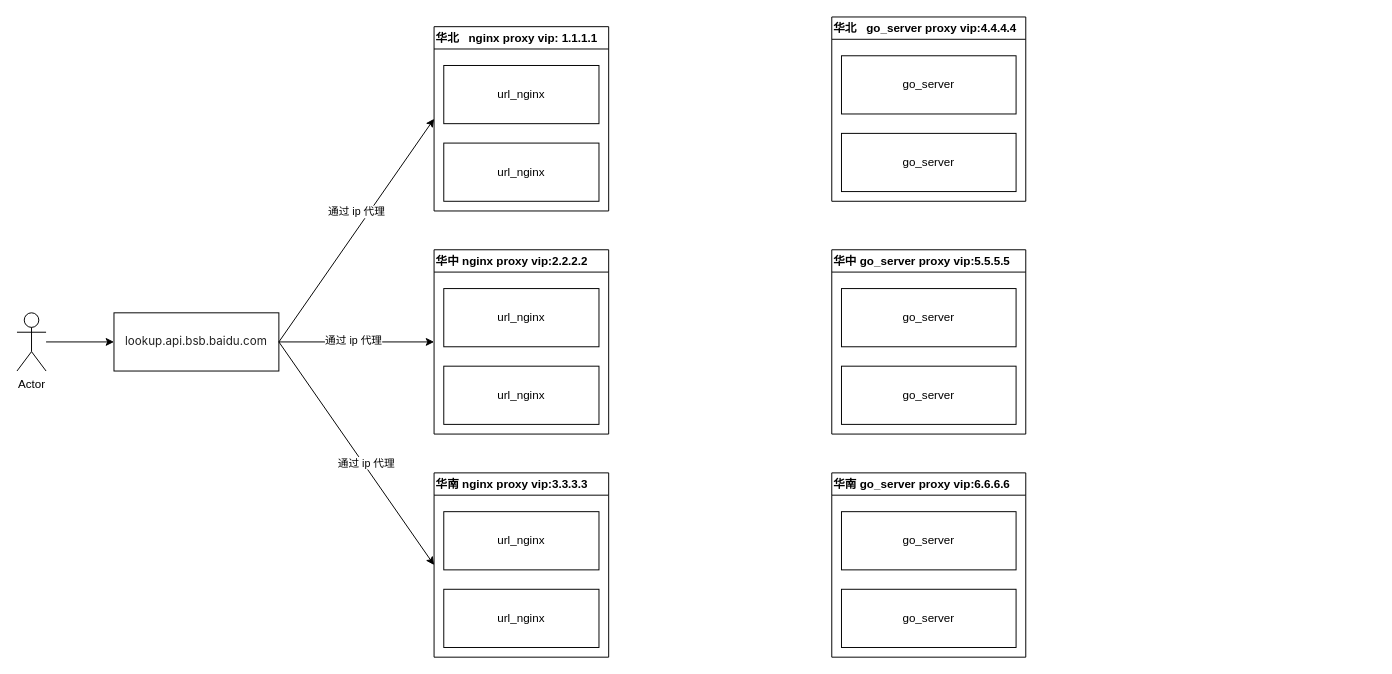
Above: url_cache现流程图.drawio in qixiaohu/flow-process-diagram (draw.io), before the change. Source tidied: cells renumbered, new cells numbered last; positions are measured from the earlier drawing's top-left corner, leaving out a move shared by most shapes. Both pictures are drawn from the tidied source at 97%, with x=0, y=0 at pixel (16, 16).
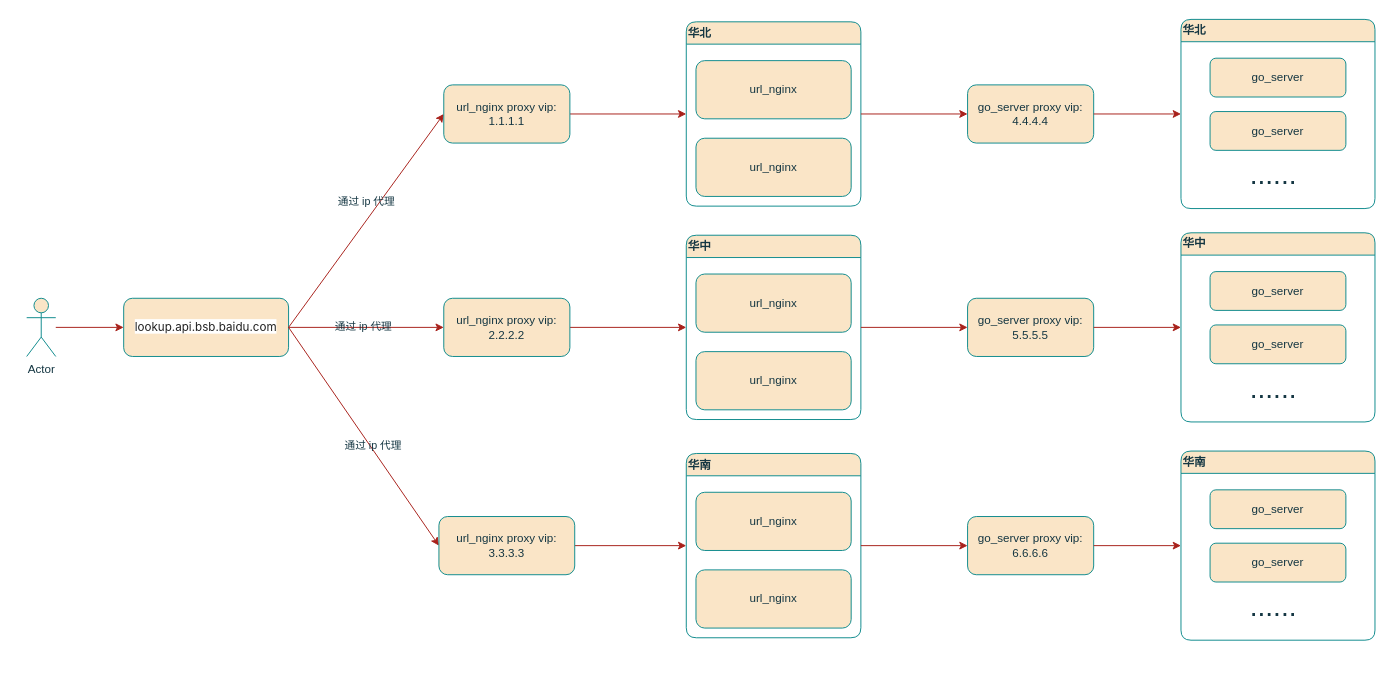
After the change.

Commit message (it also covers changes not shown here):
更新url_cache现流程图.drawio

What changed in the source:
```diff
@@
-    <mxCell id="2" style="edgeStyle=orthogonalEdgeStyle;rounded=0;jettySize=auto;html=1;entryX=0;entryY=0.5;entryDx=0;entryDy=0;" parent="1" edge="1" source="3" target="4">
+    <mxCell id="2" style="edgeStyle=orthogonalEdgeStyle;rounded=1;jettySize=auto;html=1;entryX=0;entryY=0.5;entryDx=0;entryDy=0;labelBackgroundColor=none;strokeColor=#A8201A;fontColor=default;" parent="1" edge="1" source="3" target="4">
       <mxGeometry relative="1" as="geometry" />
     </mxCell>
-    <mxCell id="3" value="Actor" style="shape=umlActor;verticalLabelPosition=bottom;verticalAlign=top;html=1;outlineConnect=0;" parent="1" vertex="1">
-      <mxGeometry y="305" width="30" height="60" as="geometry" />
+    <mxCell id="3" value="Actor" style="shape=umlActor;verticalLabelPosition=bottom;verticalAlign=top;html=1;outlineConnect=0;rounded=1;labelBackgroundColor=none;fillColor=#FAE5C7;strokeColor=#0F8B8D;fontColor=#143642;" parent="1" vertex="1">
+      <mxGeometry x="10" y="290" width="30" height="60" as="geometry" />
     </mxCell>
-    <mxCell id="4" value="&lt;span style=&quot;color: rgb(33, 33, 33); font-family: Inter, system-ui, -apple-system, &amp;quot;system-ui&amp;quot;, &amp;quot;Segoe UI&amp;quot;, Roboto, Oxygen, Ubuntu, Cantarell, &amp;quot;Fira Sans&amp;quot;, &amp;quot;Droid Sans&amp;quot;, Helvetica, Arial, sans-serif; text-align: left; white-space-collapse: preserve; background-color: rgb(255, 255, 255);&quot;&gt;lookup.api.bsb.baidu.com&lt;/span&gt;" style="rounded=0;whiteSpace=wrap;html=1;" parent="1" vertex="1">
-      <mxGeometry x="100" y="305" width="170" height="60" as="geometry" />
+    <mxCell id="4" value="&lt;span style=&quot;color: rgb(33, 33, 33); font-family: Inter, system-ui, -apple-system, &amp;quot;system-ui&amp;quot;, &amp;quot;Segoe UI&amp;quot;, Roboto, Oxygen, Ubuntu, Cantarell, &amp;quot;Fira Sans&amp;quot;, &amp;quot;Droid Sans&amp;quot;, Helvetica, Arial, sans-serif; text-align: left; white-space-collapse: preserve; background-color: rgb(255, 255, 255);&quot;&gt;lookup.api.bsb.baidu.com&lt;/span&gt;" style="rounded=1;whiteSpace=wrap;html=1;labelBackgroundColor=none;fillColor=#FAE5C7;strokeColor=#0F8B8D;fontColor=#143642;" parent="1" vertex="1">
+      <mxGeometry x="110" y="290" width="170" height="60" as="geometry" />
     </mxCell>
-    <mxCell id="5" value="华中 nginx proxy vip:2.2.2.2" style="swimlane;whiteSpace=wrap;html=1;align=left;" parent="1" vertex="1">
-      <mxGeometry x="430" y="240" width="180" height="190" as="geometry" />
+    <mxCell id="5" value="华中" style="swimlane;whiteSpace=wrap;html=1;align=left;rounded=1;labelBackgroundColor=none;fillColor=#FAE5C7;strokeColor=#0F8B8D;fontColor=#143642;" parent="1" vertex="1">
+      <mxGeometry x="690" y="225" width="180" height="190" as="geometry" />
     </mxCell>
-    <mxCell id="6" value="url_nginx" style="rounded=0;whiteSpace=wrap;html=1;" parent="5" vertex="1">
+    <mxCell id="6" value="url_nginx" style="rounded=1;whiteSpace=wrap;html=1;labelBackgroundColor=none;fillColor=#FAE5C7;strokeColor=#0F8B8D;fontColor=#143642;" parent="5" vertex="1">
       <mxGeometry x="10" y="40" width="160" height="60" as="geometry" />
     </mxCell>
-    <mxCell id="7" value="url_nginx" style="rounded=0;whiteSpace=wrap;html=1;" parent="5" vertex="1">
+    <mxCell id="7" value="url_nginx" style="rounded=1;whiteSpace=wrap;html=1;labelBackgroundColor=none;fillColor=#FAE5C7;strokeColor=#0F8B8D;fontColor=#143642;" parent="5" vertex="1">
       <mxGeometry x="10" y="120" width="160" height="60" as="geometry" />
     </mxCell>
-    <mxCell id="8" value="华南 nginx proxy vip:3.3.3.3" style="swimlane;whiteSpace=wrap;html=1;align=left;horizontal=1;" parent="1" vertex="1">
-      <mxGeometry x="430" y="470" width="180" height="190" as="geometry" />
+    <mxCell id="8" value="华南" style="swimlane;whiteSpace=wrap;html=1;align=left;horizontal=1;rounded=1;labelBackgroundColor=none;fillColor=#FAE5C7;strokeColor=#0F8B8D;fontColor=#143642;" parent="1" vertex="1">
+      <mxGeometry x="690" y="450" width="180" height="190" as="geometry" />
     </mxCell>
-    <mxCell id="9" value="url_nginx" style="rounded=0;whiteSpace=wrap;html=1;" parent="8" vertex="1">
+    <mxCell id="9" value="url_nginx" style="rounded=1;whiteSpace=wrap;html=1;labelBackgroundColor=none;fillColor=#FAE5C7;strokeColor=#0F8B8D;fontColor=#143642;" parent="8" vertex="1">
       <mxGeometry x="10" y="40" width="160" height="60" as="geometry" />
     </mxCell>
-    <mxCell id="10" value="url_nginx" style="rounded=0;whiteSpace=wrap;html=1;" parent="8" vertex="1">
+    <mxCell id="10" value="url_nginx" style="rounded=1;whiteSpace=wrap;html=1;labelBackgroundColor=none;fillColor=#FAE5C7;strokeColor=#0F8B8D;fontColor=#143642;" parent="8" vertex="1">
       <mxGeometry x="10" y="120" width="160" height="60" as="geometry" />
     </mxCell>
-    <mxCell id="11" value="华北&amp;nbsp; &amp;nbsp;nginx proxy vip: 1.1.1.1" style="swimlane;whiteSpace=wrap;html=1;align=left;" parent="1" vertex="1">
-      <mxGeometry x="430" y="10" width="180" height="190" as="geometry" />
+    <mxCell id="11" value="华北" style="swimlane;whiteSpace=wrap;html=1;align=left;rounded=1;labelBackgroundColor=none;fillColor=#FAE5C7;strokeColor=#0F8B8D;fontColor=#143642;" parent="1" vertex="1">
+      <mxGeometry x="690" y="5" width="180" height="190" as="geometry" />
     </mxCell>
-    <mxCell id="12" value="url_nginx" style="rounded=0;whiteSpace=wrap;html=1;" parent="11" vertex="1">
+    <mxCell id="12" value="url_nginx" style="rounded=1;whiteSpace=wrap;html=1;labelBackgroundColor=none;fillColor=#FAE5C7;strokeColor=#0F8B8D;fontColor=#143642;" parent="11" vertex="1">
       <mxGeometry x="10" y="40" width="160" height="60" as="geometry" />
     </mxCell>
-    <mxCell id="13" value="url_nginx" style="rounded=0;whiteSpace=wrap;html=1;" parent="11" vertex="1">
+    <mxCell id="13" value="url_nginx" style="rounded=1;whiteSpace=wrap;html=1;labelBackgroundColor=none;fillColor=#FAE5C7;strokeColor=#0F8B8D;fontColor=#143642;" parent="11" vertex="1">
       <mxGeometry x="10" y="120" width="160" height="60" as="geometry" />
     </mxCell>
-    <mxCell id="14" style="endArrow=classic;html=1;rounded=0;exitX=1;exitY=0.5;exitDx=0;exitDy=0;entryX=0;entryY=0.5;entryDx=0;entryDy=0;" parent="1" edge="1" source="4" target="11">
+    <mxCell id="14" style="endArrow=classic;html=1;rounded=1;exitX=1;exitY=0.5;exitDx=0;exitDy=0;entryX=0;entryY=0.5;entryDx=0;entryDy=0;labelBackgroundColor=none;strokeColor=#A8201A;fontColor=default;" parent="1" edge="1" source="4" target="31">
       <mxGeometry relative="1" as="geometry" />
     </mxCell>
-    <mxCell id="15" value="通过 ip 代理" style="edgeLabel;html=1;align=center;verticalAlign=middle;" parent="14" vertex="1">
+    <mxCell id="15" value="通过 ip 代理" style="edgeLabel;html=1;align=center;verticalAlign=middle;rounded=1;labelBackgroundColor=none;fontColor=#143642;" parent="14" vertex="1">
       <mxGeometry x="-0.06" y="1" relative="1" as="geometry">
         <mxPoint x="5" y="-26" as="offset" />
       </mxGeometry>
     </mxCell>
-    <mxCell id="16" style="endArrow=classic;html=1;rounded=0;entryX=0;entryY=0.5;entryDx=0;entryDy=0;exitX=1;exitY=0.5;exitDx=0;exitDy=0;" parent="1" edge="1" source="4" target="5">
+    <mxCell id="16" style="endArrow=classic;html=1;rounded=1;entryX=0;entryY=0.5;entryDx=0;entryDy=0;exitX=1;exitY=0.5;exitDx=0;exitDy=0;labelBackgroundColor=none;strokeColor=#A8201A;fontColor=default;" parent="1" edge="1" source="4" target="33">
       <mxGeometry relative="1" as="geometry" />
     </mxCell>
-    <mxCell id="17" value="通过 ip 代理" style="edgeLabel;html=1;align=center;verticalAlign=middle;" parent="16" vertex="1">
+    <mxCell id="17" value="通过 ip 代理" style="edgeLabel;html=1;align=center;verticalAlign=middle;rounded=1;labelBackgroundColor=none;fontColor=#143642;" parent="16" vertex="1">
       <mxGeometry x="-0.05" y="2" relative="1" as="geometry" />
     </mxCell>
-    <mxCell id="18" style="endArrow=classic;html=1;rounded=0;entryX=0;entryY=0.5;entryDx=0;entryDy=0;exitX=1;exitY=0.5;exitDx=0;exitDy=0;" parent="1" edge="1" source="4" target="8">
+    <mxCell id="18" style="endArrow=classic;html=1;rounded=1;entryX=0;entryY=0.5;entryDx=0;entryDy=0;exitX=1;exitY=0.5;exitDx=0;exitDy=0;labelBackgroundColor=none;strokeColor=#A8201A;fontColor=default;" parent="1" edge="1" source="4" target="35">
       <mxGeometry relative="1" as="geometry" />
     </mxCell>
-    <mxCell id="19" value="通过 ip 代理" style="edgeLabel;html=1;align=center;verticalAlign=middle;" parent="18" vertex="1">
+    <mxCell id="19" value="通过 ip 代理" style="edgeLabel;html=1;align=center;verticalAlign=middle;rounded=1;labelBackgroundColor=none;fontColor=#143642;" parent="18" vertex="1">
       <mxGeometry x="0.09" y="2" relative="1" as="geometry" />
     </mxCell>
-    <mxCell id="20" value="华北&amp;nbsp; &amp;nbsp;go_server proxy vip:4.4.4.4" style="swimlane;whiteSpace=wrap;html=1;align=left;" parent="1" vertex="1">
-      <mxGeometry x="840" width="200" height="190" as="geometry" />
+    <mxCell id="20" value="华北&amp;nbsp;" style="swimlane;whiteSpace=wrap;html=1;align=left;rounded=1;labelBackgroundColor=none;fillColor=#FAE5C7;strokeColor=#0F8B8D;fontColor=#143642;" parent="1" vertex="1">
+      <mxGeometry x="1200" y="2.5" width="200" height="195" as="geometry" />
     </mxCell>
-    <mxCell id="21" value="go_server" style="rounded=0;whiteSpace=wrap;html=1;" parent="20" vertex="1">
-      <mxGeometry x="10" y="40" width="180" height="60" as="geometry" />
+    <mxCell id="21" value="go_server" style="rounded=1;whiteSpace=wrap;html=1;labelBackgroundColor=none;fillColor=#FAE5C7;strokeColor=#0F8B8D;fontColor=#143642;" parent="20" vertex="1">
+      <mxGeometry x="30" y="40" width="140" height="40" as="geometry" />
     </mxCell>
-    <mxCell id="22" value="go_server" style="rounded=0;whiteSpace=wrap;html=1;" parent="20" vertex="1">
-      <mxGeometry x="10" y="120" width="180" height="60" as="geometry" />
+    <mxCell id="22" value="go_server" style="rounded=1;whiteSpace=wrap;html=1;labelBackgroundColor=none;fillColor=#FAE5C7;strokeColor=#0F8B8D;fontColor=#143642;" parent="20" vertex="1">
+      <mxGeometry x="30" y="95" width="140" height="40" as="geometry" />
     </mxCell>
-    <mxCell id="23" value="华中 go_server&amp;nbsp;proxy vip:5.5.5.5" style="swimlane;whiteSpace=wrap;html=1;align=left;" parent="1" vertex="1">
-      <mxGeometry x="840" y="240" width="200" height="190" as="geometry" />
-    </mxCell>
-    <mxCell id="24" value="go_server" style="rounded=0;whiteSpace=wrap;html=1;" parent="23" vertex="1">
-      <mxGeometry x="10" y="40" width="180" height="60" as="geometry" />
-    </mxCell>
-    <mxCell id="25" value="go_server" style="rounded=0;whiteSpace=wrap;html=1;" parent="23" vertex="1">
-      <mxGeometry x="10" y="120" width="180" height="60" as="geometry" />
-    </mxCell>
-    <mxCell id="26" value="华南 go_server&amp;nbsp;proxy vip:6.6.6.6" style="swimlane;whiteSpace=wrap;html=1;align=left;horizontal=1;" parent="1" vertex="1">
-      <mxGeometry x="840" y="470" width="200" height="190" as="geometry" />
-    </mxCell>
-    <mxCell id="27" value="go_server" style="rounded=0;whiteSpace=wrap;html=1;" parent="26" vertex="1">
-      <mxGeometry x="10" y="40" width="180" height="60" as="geometry" />
-    </mxCell>
-    <mxCell id="28" value="go_server" style="rounded=0;whiteSpace=wrap;html=1;" parent="26" vertex="1">
-      <mxGeometry x="10" y="120" width="180" height="60" as="geometry" />
-    </mxCell>
+    <mxCell id="29" value="&lt;font style=&quot;font-size: 29px;&quot;&gt;......&lt;/font&gt;" style="text;html=1;align=center;verticalAlign=middle;strokeColor=none;fillColor=none;fontColor=#143642;" parent="20" vertex="1">
+      <mxGeometry x="60" y="135" width="70" height="50" as="geometry" />
+    </mxCell>
+    <mxCell id="30" style="edgeStyle=orthogonalEdgeStyle;rounded=1;jettySize=auto;html=1;exitX=1;exitY=0.5;exitDx=0;exitDy=0;entryX=0;entryY=0.5;entryDx=0;entryDy=0;labelBackgroundColor=none;strokeColor=#A8201A;fontColor=default;" parent="1" edge="1" source="31" target="11">
+      <mxGeometry relative="1" as="geometry" />
+    </mxCell>
+    <mxCell id="31" value="url_nginx proxy vip: 1.1.1.1" style="rounded=1;whiteSpace=wrap;html=1;labelBackgroundColor=none;fillColor=#FAE5C7;strokeColor=#0F8B8D;fontColor=#143642;" parent="1" vertex="1">
+      <mxGeometry x="440" y="70" width="130" height="60" as="geometry" />
+    </mxCell>
+    <mxCell id="32" style="edgeStyle=orthogonalEdgeStyle;rounded=1;jettySize=auto;html=1;exitX=1;exitY=0.5;exitDx=0;exitDy=0;entryX=0;entryY=0.5;entryDx=0;entryDy=0;labelBackgroundColor=none;strokeColor=#A8201A;fontColor=default;" parent="1" edge="1" source="33" target="5">
+      <mxGeometry relative="1" as="geometry" />
+    </mxCell>
+    <mxCell id="33" value="url_nginx proxy vip: 2.2.2.2" style="rounded=1;whiteSpace=wrap;html=1;labelBackgroundColor=none;fillColor=#FAE5C7;strokeColor=#0F8B8D;fontColor=#143642;" parent="1" vertex="1">
+      <mxGeometry x="440" y="290" width="130" height="60" as="geometry" />
+    </mxCell>
+    <mxCell id="34" style="edgeStyle=orthogonalEdgeStyle;rounded=1;jettySize=auto;html=1;exitX=1;exitY=0.5;exitDx=0;exitDy=0;entryX=0;entryY=0.5;entryDx=0;entryDy=0;labelBackgroundColor=none;strokeColor=#A8201A;fontColor=default;" parent="1" edge="1" source="35" target="8">
+      <mxGeometry relative="1" as="geometry" />
+    </mxCell>
+    <mxCell id="35" value="url_nginx proxy vip: 3.3.3.3" style="rounded=1;whiteSpace=wrap;html=1;labelBackgroundColor=none;fillColor=#FAE5C7;strokeColor=#0F8B8D;fontColor=#143642;" parent="1" vertex="1">
+      <mxGeometry x="435" y="515" width="140" height="60" as="geometry" />
+    </mxCell>
+    <mxCell id="36" value="go_server proxy vip: 4.4.4.4" style="rounded=1;whiteSpace=wrap;html=1;labelBackgroundColor=none;fillColor=#FAE5C7;strokeColor=#0F8B8D;fontColor=#143642;" parent="1" vertex="1">
+      <mxGeometry x="980" y="70" width="130" height="60" as="geometry" />
+    </mxCell>
+    <mxCell id="37" value="go_server proxy vip: 5.5.5.5" style="rounded=1;whiteSpace=wrap;html=1;labelBackgroundColor=none;fillColor=#FAE5C7;strokeColor=#0F8B8D;fontColor=#143642;" parent="1" vertex="1">
+      <mxGeometry x="980" y="290" width="130" height="60" as="geometry" />
+    </mxCell>
+    <mxCell id="38" value="go_server proxy vip: 6.6.6.6" style="rounded=1;whiteSpace=wrap;html=1;labelBackgroundColor=none;fillColor=#FAE5C7;strokeColor=#0F8B8D;fontColor=#143642;" parent="1" vertex="1">
+      <mxGeometry x="980" y="515" width="130" height="60" as="geometry" />
+    </mxCell>
+    <mxCell id="39" style="endArrow=classic;html=1;rounded=0;strokeColor=#A8201A;fontColor=#143642;fillColor=#FAE5C7;exitX=1;exitY=0.5;exitDx=0;exitDy=0;entryX=0;entryY=0.5;entryDx=0;entryDy=0;" parent="1" edge="1" source="11" target="36">
+      <mxGeometry relative="1" as="geometry" />
+    </mxCell>
+    <mxCell id="40" style="endArrow=classic;html=1;rounded=0;strokeColor=#A8201A;fontColor=#143642;fillColor=#FAE5C7;exitX=1;exitY=0.5;exitDx=0;exitDy=0;entryX=0;entryY=0.5;entryDx=0;entryDy=0;" parent="1" edge="1" source="5" target="37">
+      <mxGeometry relative="1" as="geometry" />
+    </mxCell>
+    <mxCell id="41" style="endArrow=classic;html=1;rounded=0;strokeColor=#A8201A;fontColor=#143642;fillColor=#FAE5C7;exitX=1;exitY=0.5;exitDx=0;exitDy=0;entryX=0;entryY=0.5;entryDx=0;entryDy=0;" parent="1" edge="1" source="8" target="38">
+      <mxGeometry relative="1" as="geometry" />
+    </mxCell>
+    <mxCell id="42" style="endArrow=classic;html=1;rounded=0;strokeColor=#A8201A;fontColor=#143642;fillColor=#FAE5C7;exitX=1;exitY=0.5;exitDx=0;exitDy=0;entryX=0;entryY=0.5;entryDx=0;entryDy=0;" parent="1" edge="1" source="36" target="20">
+      <mxGeometry relative="1" as="geometry" />
+    </mxCell>
+    <mxCell id="43" style="endArrow=classic;html=1;rounded=0;strokeColor=#A8201A;fontColor=#143642;fillColor=#FAE5C7;exitX=1;exitY=0.5;exitDx=0;exitDy=0;entryX=0;entryY=0.5;entryDx=0;entryDy=0;" parent="1" edge="1" source="37" target="45">
+      <mxGeometry relative="1" as="geometry" />
+    </mxCell>
+    <mxCell id="44" style="endArrow=classic;html=1;rounded=0;strokeColor=#A8201A;fontColor=#143642;fillColor=#FAE5C7;exitX=1;exitY=0.5;exitDx=0;exitDy=0;entryX=0;entryY=0.5;entryDx=0;entryDy=0;" parent="1" edge="1" source="38" target="49">
+      <mxGeometry relative="1" as="geometry" />
+    </mxCell>
+    <mxCell id="45" value="华中" style="swimlane;whiteSpace=wrap;html=1;align=left;rounded=1;labelBackgroundColor=none;fillColor=#FAE5C7;strokeColor=#0F8B8D;fontColor=#143642;" parent="1" vertex="1">
+      <mxGeometry x="1200" y="222.5" width="200" height="195" as="geometry" />
+    </mxCell>
+    <mxCell id="46" value="go_server" style="rounded=1;whiteSpace=wrap;html=1;labelBackgroundColor=none;fillColor=#FAE5C7;strokeColor=#0F8B8D;fontColor=#143642;" parent="45" vertex="1">
+      <mxGeometry x="30" y="40" width="140" height="40" as="geometry" />
+    </mxCell>
+    <mxCell id="47" value="go_server" style="rounded=1;whiteSpace=wrap;html=1;labelBackgroundColor=none;fillColor=#FAE5C7;strokeColor=#0F8B8D;fontColor=#143642;" parent="45" vertex="1">
+      <mxGeometry x="30" y="95" width="140" height="40" as="geometry" />
+    </mxCell>
+    <mxCell id="48" value="&lt;font style=&quot;font-size: 29px;&quot;&gt;......&lt;/font&gt;" style="text;html=1;align=center;verticalAlign=middle;strokeColor=none;fillColor=none;fontColor=#143642;" parent="45" vertex="1">
+      <mxGeometry x="60" y="135" width="70" height="50" as="geometry" />
+    </mxCell>
+    <mxCell id="49" value="华南" style="swimlane;whiteSpace=wrap;html=1;align=left;rounded=1;labelBackgroundColor=none;fillColor=#FAE5C7;strokeColor=#0F8B8D;fontColor=#143642;" parent="1" vertex="1">
+      <mxGeometry x="1200" y="447.5" width="200" height="195" as="geometry" />
+    </mxCell>
+    <mxCell id="50" value="go_server" style="rounded=1;whiteSpace=wrap;html=1;labelBackgroundColor=none;fillColor=#FAE5C7;strokeColor=#0F8B8D;fontColor=#143642;" parent="49" vertex="1">
+      <mxGeometry x="30" y="40" width="140" height="40" as="geometry" />
+    </mxCell>
+    <mxCell id="51" value="go_server" style="rounded=1;whiteSpace=wrap;html=1;labelBackgroundColor=none;fillColor=#FAE5C7;strokeColor=#0F8B8D;fontColor=#143642;" parent="49" vertex="1">
+      <mxGeometry x="30" y="95" width="140" height="40" as="geometry" />
+    </mxCell>
+    <mxCell id="52" value="&lt;font style=&quot;font-size: 29px;&quot;&gt;......&lt;/font&gt;" style="text;html=1;align=center;verticalAlign=middle;strokeColor=none;fillColor=none;fontColor=#143642;" parent="49" vertex="1">
+      <mxGeometry x="60" y="135" width="70" height="50" as="geometry" />
+    </mxCell>
```
